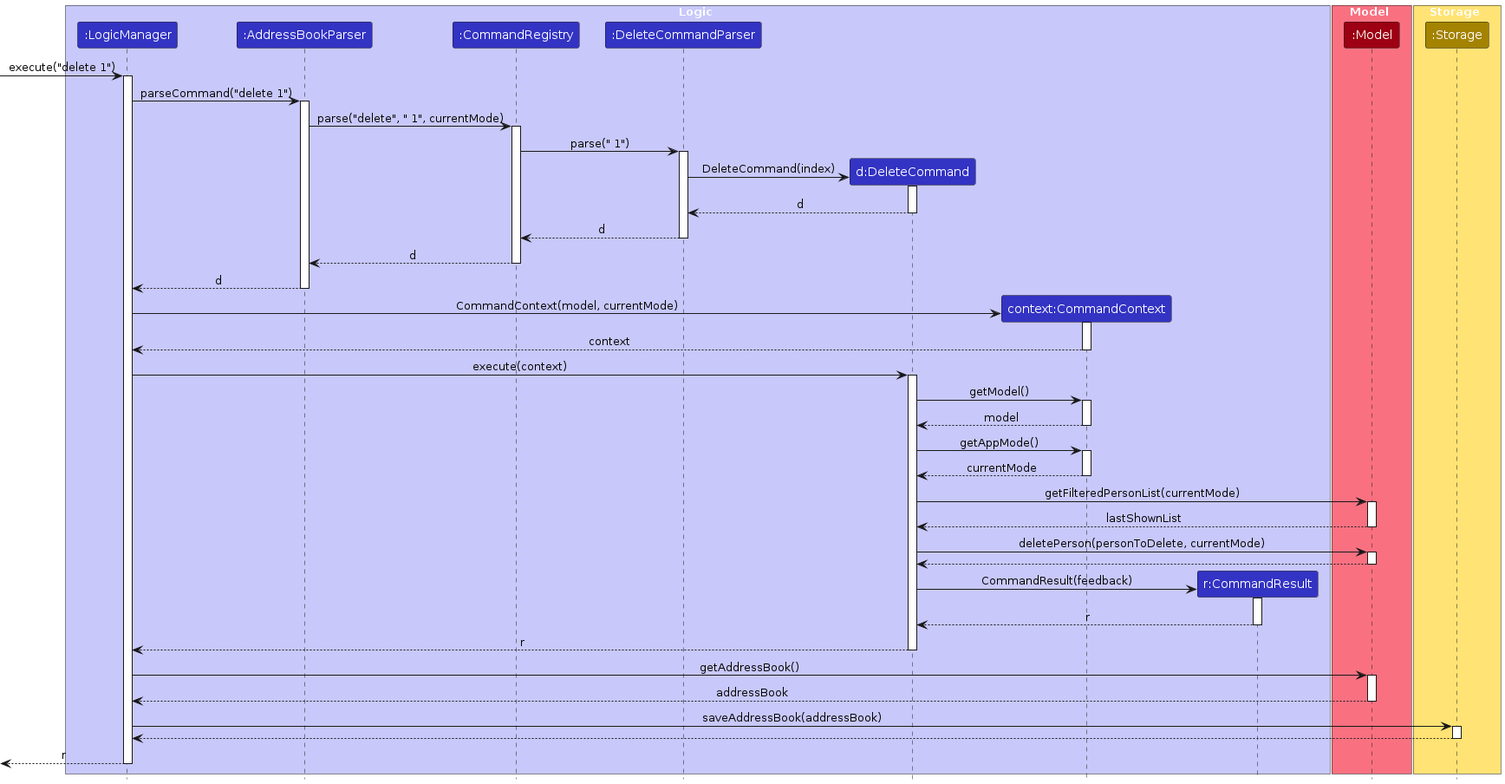
Earlier version of the PlantUML export diagrams/DeleteSequenceDiagram.png (AY2526S2-CS2103T-T15-2/tp). Its source is kept beside it as diagrams/DeleteSequenceDiagram.puml. Its diagram source:
```plantuml
@startuml
!include style.puml
skinparam ArrowFontStyle plain

box Logic LOGIC_COLOR_T1
participant ":LogicManager" as LogicManager LOGIC_COLOR
participant ":AddressBookParser" as AddressBookParser LOGIC_COLOR
participant ":CommandRegistry" as CommandRegistry LOGIC_COLOR
participant ":DeleteCommandParser" as DeleteCommandParser LOGIC_COLOR
participant "d:DeleteCommand" as DeleteCommand LOGIC_COLOR
participant "context:CommandContext" as CommandContext LOGIC_COLOR
participant "r:CommandResult" as CommandResult LOGIC_COLOR
end box

box Model MODEL_COLOR_T1
participant ":Model" as Model MODEL_COLOR
end box

box Storage STORAGE_COLOR_T1
participant ":Storage" as Storage STORAGE_COLOR
end box

[-> LogicManager : execute("delete 1")
activate LogicManager

LogicManager -> AddressBookParser : parseCommand("delete 1")
activate AddressBookParser

AddressBookParser -> CommandRegistry : parse("delete", " 1", currentMode)
activate CommandRegistry

CommandRegistry -> DeleteCommandParser : parse(" 1")
activate DeleteCommandParser

create DeleteCommand
DeleteCommandParser -> DeleteCommand : DeleteCommand(index)
activate DeleteCommand
DeleteCommand --> DeleteCommandParser : d
deactivate DeleteCommand

DeleteCommandParser --> CommandRegistry : d
deactivate DeleteCommandParser

CommandRegistry --> AddressBookParser : d
deactivate CommandRegistry

AddressBookParser --> LogicManager : d
deactivate AddressBookParser

create CommandContext
LogicManager -> CommandContext : CommandContext(model, currentMode)
activate CommandContext
CommandContext --> LogicManager : context
deactivate CommandContext

LogicManager -> DeleteCommand : execute(context)
activate DeleteCommand

DeleteCommand -> CommandContext : getModel()
activate CommandContext
CommandContext --> DeleteCommand : model
deactivate CommandContext

DeleteCommand -> CommandContext : getAppMode()
activate CommandContext
CommandContext --> DeleteCommand : currentMode
deactivate CommandContext

DeleteCommand -> Model : getFilteredPersonList(currentMode)
activate Model
Model --> DeleteCommand : lastShownList
deactivate Model

DeleteCommand -> Model : deletePerson(personToDelete, currentMode)
activate Model
Model --> DeleteCommand
deactivate Model

create CommandResult
DeleteCommand -> CommandResult : CommandResult(feedback)
activate CommandResult
CommandResult --> DeleteCommand : r
deactivate CommandResult

DeleteCommand --> LogicManager : r
deactivate DeleteCommand

LogicManager -> Model : getAddressBook()
activate Model
Model --> LogicManager : addressBook
deactivate Model

LogicManager -> Storage : saveAddressBook(addressBook)
activate Storage
Storage --> LogicManager
deactivate Storage

[<-- LogicManager : r
deactivate LogicManager
@enduml
```
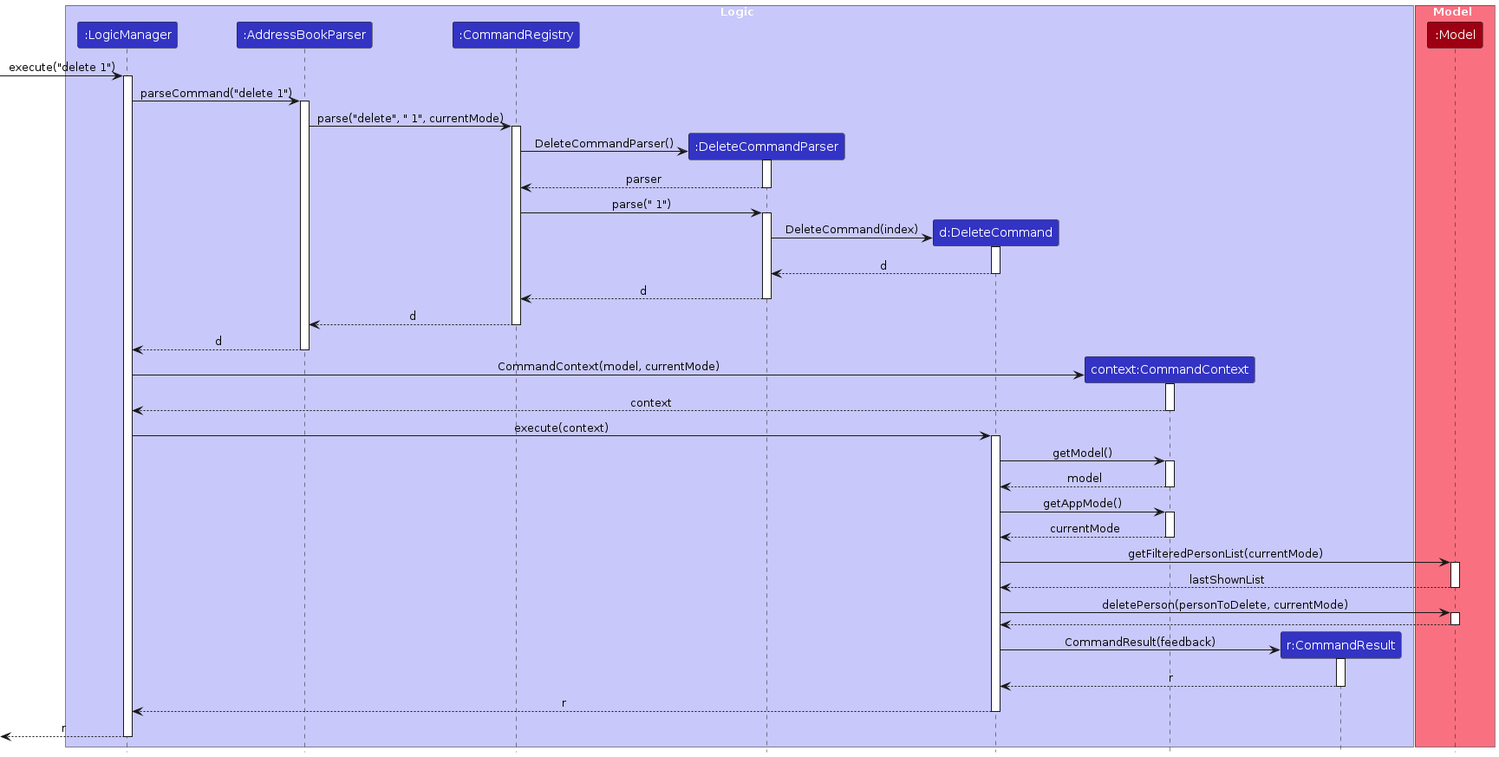
After the change.

What changed in the source:
```diff
@@ -16,10 +16,6 @@
 participant ":Model" as Model MODEL_COLOR
 end box
 
-box Storage STORAGE_COLOR_T1
-participant ":Storage" as Storage STORAGE_COLOR
-end box
-
 [-> LogicManager : execute("delete 1")
 activate LogicManager
 
@@ -28,6 +24,12 @@
 
 AddressBookParser -> CommandRegistry : parse("delete", " 1", currentMode)
 activate CommandRegistry
+
+create DeleteCommandParser
+CommandRegistry -> DeleteCommandParser : DeleteCommandParser()
+activate DeleteCommandParser
+DeleteCommandParser --> CommandRegistry : parser
+deactivate DeleteCommandParser
 
 CommandRegistry -> DeleteCommandParser : parse(" 1")
 activate DeleteCommandParser
@@ -85,16 +87,6 @@
 DeleteCommand --> LogicManager : r
 deactivate DeleteCommand
 
-LogicManager -> Model : getAddressBook()
-activate Model
-Model --> LogicManager : addressBook
-deactivate Model
-
-LogicManager -> Storage : saveAddressBook(addressBook)
-activate Storage
-Storage --> LogicManager
-deactivate Storage
-
 [<-- LogicManager : r
 deactivate LogicManager
 @enduml
```
